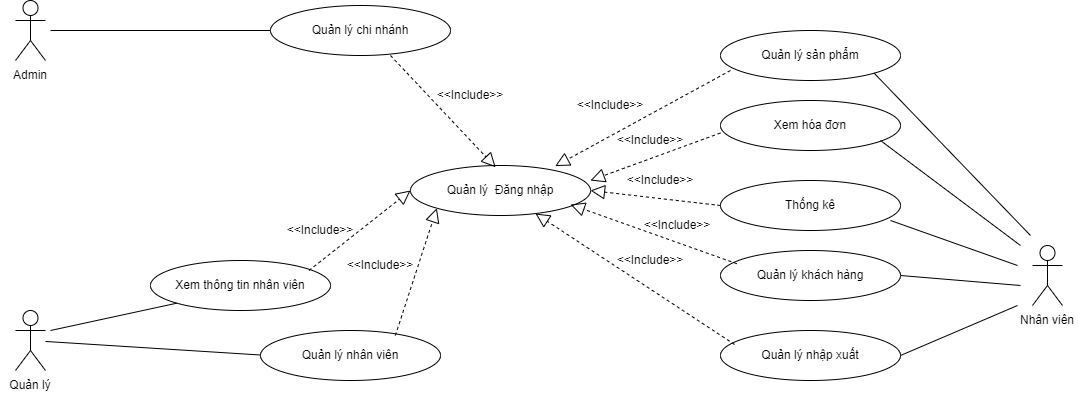
ChauCongTu/thiet-ke-linh-tinh keeps this draw.io diagram as Sơ Đồ UseCase.png. Above is the earlier version. Source tidied: cells renumbered, new cells last; positions are measured from the earlier drawing's top-left corner, leaving out a move shared by most shapes.
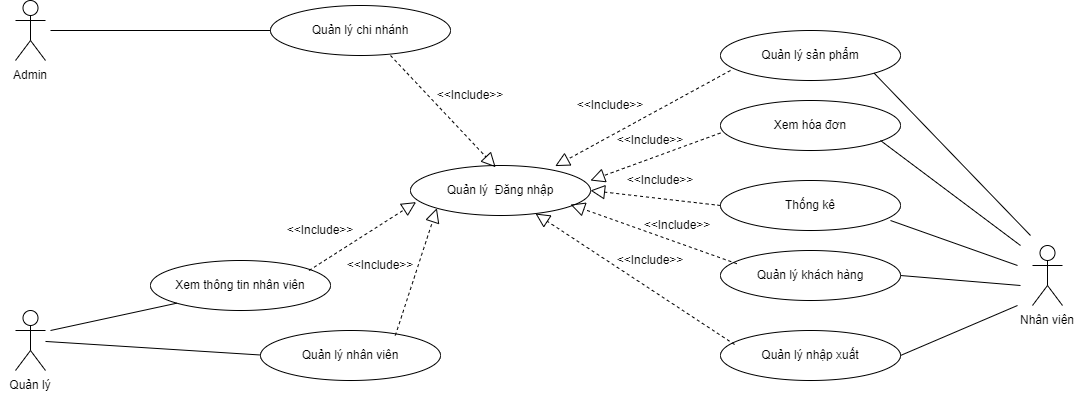
Later version of the same file.

Commit message:
Cập nhật Sơ Đồ UseCase.png

Diff of the diagram source:
```diff
@@ -144,7 +144,7 @@
         <mxPoint x="50" y="330" as="sourcePoint" />
       </mxGeometry>
     </mxCell>
-    <mxCell id="39" style="endArrow=block;dashed=1;endFill=0;endSize=12;html=1;rounded=0;entryX=0;entryY=0.5;entryDx=0;entryDy=0;exitX=1;exitY=1;exitDx=0;exitDy=0;" parent="1" edge="1" target="21">
+    <mxCell id="39" style="endArrow=block;dashed=1;endFill=0;endSize=12;html=1;rounded=0;entryX=0.031;entryY=0.732;entryDx=0;entryDy=0;exitX=1;exitY=1;exitDx=0;exitDy=0;entryPerimeter=0;" parent="1" edge="1" target="21">
       <mxGeometry relative="1" as="geometry">
         <mxPoint x="308.5" y="270" as="sourcePoint" />
       </mxGeometry>
```
